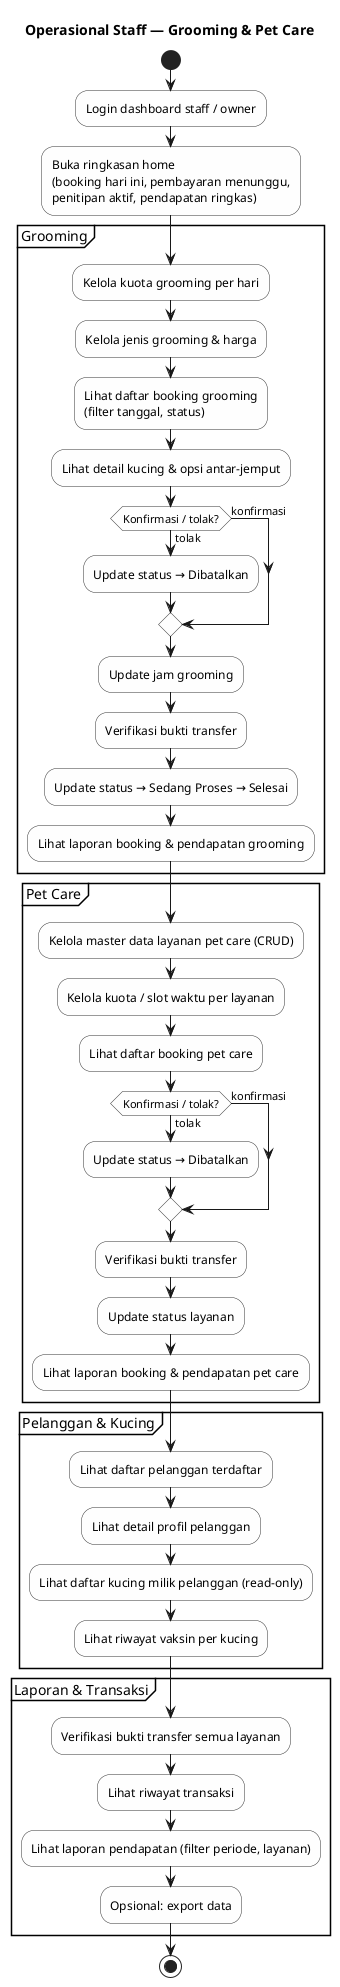
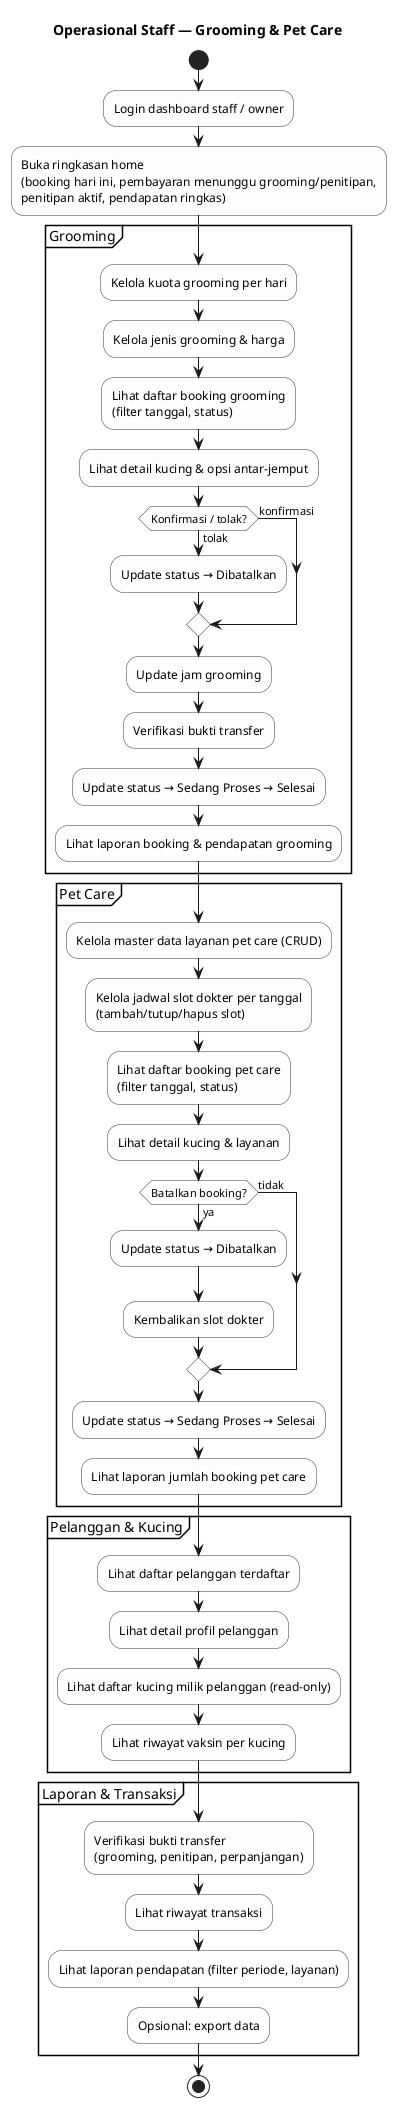
@startuml activity-operasional-staff
skinparam activity {
  BackgroundColor #FEFEFE
  BorderColor #333333
}

title Operasional Staff — Grooming & Pet Care

|Staff / Owner|
start
:Login dashboard staff / owner;

- :Buka ringkasan home\n(booking hari ini, pembayaran menunggu,\npenitipan aktif, pendapatan ringkas);
+ :Buka ringkasan home\n(booking hari ini, pembayaran menunggu grooming/penitipan,\npenitipan aktif, pendapatan ringkas);

partition "Grooming" {
  :Kelola kuota grooming per hari;
  :Kelola jenis grooming & harga;
  :Lihat daftar booking grooming\n(filter tanggal, status);
  :Lihat detail kucing & opsi antar-jemput;
  if (Konfirmasi / tolak?) then (tolak)
    :Update status → Dibatalkan;
  else (konfirmasi)
  endif
  :Update jam grooming;
  :Verifikasi bukti transfer;
  :Update status → Sedang Proses → Selesai;
  :Lihat laporan booking & pendapatan grooming;
}

partition "Pet Care" {
  :Kelola master data layanan pet care (CRUD);
-   :Kelola kuota / slot waktu per layanan;
-   :Lihat daftar booking pet care;
-   if (Konfirmasi / tolak?) then (tolak)
+   :Kelola jadwal slot dokter per tanggal\n(tambah/tutup/hapus slot);
+   :Lihat daftar booking pet care\n(filter tanggal, status);
+   :Lihat detail kucing & layanan;
+   if (Batalkan booking?) then (ya)
    :Update status → Dibatalkan;
-   else (konfirmasi)
+     :Kembalikan slot dokter;
+   else (tidak)
  endif
-   :Verifikasi bukti transfer;
-   :Update status layanan;
-   :Lihat laporan booking & pendapatan pet care;
+   :Update status → Sedang Proses → Selesai;
+   :Lihat laporan jumlah booking pet care;
}

partition "Pelanggan & Kucing" {
  :Lihat daftar pelanggan terdaftar;
  :Lihat detail profil pelanggan;
  :Lihat daftar kucing milik pelanggan (read-only);
  :Lihat riwayat vaksin per kucing;
}

partition "Laporan & Transaksi" {
-   :Verifikasi bukti transfer semua layanan;
+   :Verifikasi bukti transfer\n(grooming, penitipan, perpanjangan);
  :Lihat riwayat transaksi;
  :Lihat laporan pendapatan (filter periode, layanan);
  :Opsional: export data;
}

stop
@enduml
